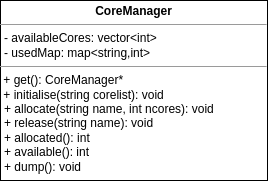
Above: docs/coremanager.png in gcrone/coremanager (draw.io), before the change. Source tidied: cells renumbered, new cells last; positions are measured from the earlier drawing's top-left corner, leaving out a move shared by most shapes. Its diagram source:
```xml
<mxGraphModel>
  <root>
    <mxCell id="0" />
    <mxCell id="1" parent="0" />
    <mxCell id="2" value="&lt;p style=&quot;margin:0px;margin-top:4px;text-align:center;&quot;&gt;&lt;b&gt;CoreManager&lt;/b&gt;&lt;/p&gt;&lt;hr size=&quot;1&quot;&gt;&lt;p style=&quot;margin:0px;margin-left:4px;&quot;&gt;- availableCores: vector&amp;lt;int&amp;gt;&lt;/p&gt;&lt;p style=&quot;margin:0px;margin-left:4px;&quot;&gt;- usedMap: map&amp;lt;string,int&amp;gt;&lt;/p&gt;&lt;hr size=&quot;1&quot;&gt;&amp;nbsp;+ get(): CoreManager*&lt;br&gt;&amp;nbsp;+ initialise(string corelist): void&lt;p style=&quot;margin:0px;margin-left:4px;&quot;&gt;+ allocate(string name, int ncores): void&lt;/p&gt;&lt;p style=&quot;margin:0px;margin-left:4px;&quot;&gt;+ release(string name): void&lt;/p&gt;&lt;p style=&quot;margin:0px;margin-left:4px;&quot;&gt;+ allocated(): int&lt;/p&gt;&lt;p style=&quot;margin:0px;margin-left:4px;&quot;&gt;+ available(): int&lt;/p&gt;&lt;p style=&quot;margin:0px;margin-left:4px;&quot;&gt;+ dump(): void&lt;/p&gt;" style="verticalAlign=top;align=left;overflow=fill;fontSize=12;fontFamily=Helvetica;html=1;" parent="1" vertex="1">
      <mxGeometry width="267" height="180" as="geometry" />
    </mxCell>
  </root>
</mxGraphModel>
```
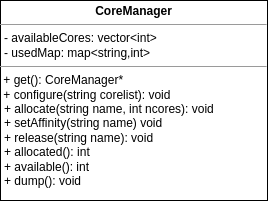
Above is the later version.

Change to the diagram source:
```diff
@@ -2,8 +2,8 @@
   <root>
     <mxCell id="0" />
     <mxCell id="1" parent="0" />
-    <mxCell id="2" value="&lt;p style=&quot;margin:0px;margin-top:4px;text-align:center;&quot;&gt;&lt;b&gt;CoreManager&lt;/b&gt;&lt;/p&gt;&lt;hr size=&quot;1&quot;&gt;&lt;p style=&quot;margin:0px;margin-left:4px;&quot;&gt;- availableCores: vector&amp;lt;int&amp;gt;&lt;/p&gt;&lt;p style=&quot;margin:0px;margin-left:4px;&quot;&gt;- usedMap: map&amp;lt;string,int&amp;gt;&lt;/p&gt;&lt;hr size=&quot;1&quot;&gt;&amp;nbsp;+ get(): CoreManager*&lt;br&gt;&amp;nbsp;+ initialise(string corelist): void&lt;p style=&quot;margin:0px;margin-left:4px;&quot;&gt;+ allocate(string name, int ncores): void&lt;/p&gt;&lt;p style=&quot;margin:0px;margin-left:4px;&quot;&gt;+ release(string name): void&lt;/p&gt;&lt;p style=&quot;margin:0px;margin-left:4px;&quot;&gt;+ allocated(): int&lt;/p&gt;&lt;p style=&quot;margin:0px;margin-left:4px;&quot;&gt;+ available(): int&lt;/p&gt;&lt;p style=&quot;margin:0px;margin-left:4px;&quot;&gt;+ dump(): void&lt;/p&gt;" style="verticalAlign=top;align=left;overflow=fill;fontSize=12;fontFamily=Helvetica;html=1;" parent="1" vertex="1">
-      <mxGeometry width="267" height="180" as="geometry" />
+    <mxCell id="2" value="&lt;p style=&quot;margin:0px;margin-top:4px;text-align:center;&quot;&gt;&lt;b&gt;CoreManager&lt;/b&gt;&lt;/p&gt;&lt;hr size=&quot;1&quot;&gt;&lt;p style=&quot;margin:0px;margin-left:4px;&quot;&gt;- availableCores: vector&amp;lt;int&amp;gt;&lt;/p&gt;&lt;p style=&quot;margin:0px;margin-left:4px;&quot;&gt;- usedMap: map&amp;lt;string,int&amp;gt;&lt;/p&gt;&lt;hr size=&quot;1&quot;&gt;&amp;nbsp;+ get(): CoreManager*&lt;br&gt;&amp;nbsp;+ configure(string corelist): void&lt;p style=&quot;margin:0px;margin-left:4px;&quot;&gt;+ allocate(string name, int ncores): void&lt;/p&gt;&lt;p style=&quot;margin:0px;margin-left:4px;&quot;&gt;+ setAffinity(string name) void&lt;/p&gt;&lt;p style=&quot;margin:0px;margin-left:4px;&quot;&gt;+ release(string name): void&lt;/p&gt;&lt;p style=&quot;margin:0px;margin-left:4px;&quot;&gt;+ allocated(): int&lt;/p&gt;&lt;p style=&quot;margin:0px;margin-left:4px;&quot;&gt;+ available(): int&lt;/p&gt;&lt;p style=&quot;margin:0px;margin-left:4px;&quot;&gt;+ dump(): void&lt;/p&gt;" style="verticalAlign=top;align=left;overflow=fill;fontSize=12;fontFamily=Helvetica;html=1;" parent="1" vertex="1">
+      <mxGeometry width="267" height="200" as="geometry" />
     </mxCell>
   </root>
 </mxGraphModel>
```
